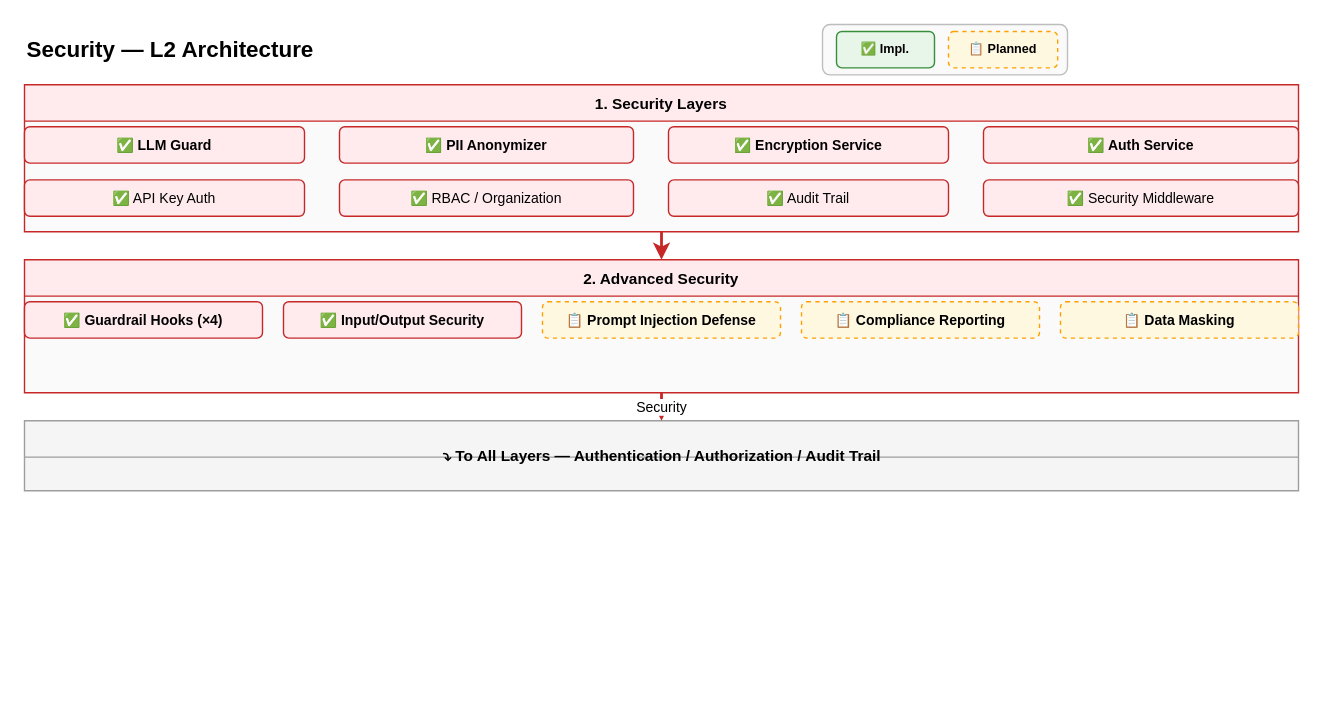
xueyufish/hecate keeps this draw.io diagram as docs/design/hardware/security-l2.drawio. Above is the earlier version. Source tidied: cells renumbered, new cells numbered last; positions are measured from the earlier drawing's top-left corner, leaving out a move shared by most shapes. Both pictures are drawn from the tidied source at 140%, with x=0, y=0 at pixel (24, 24).
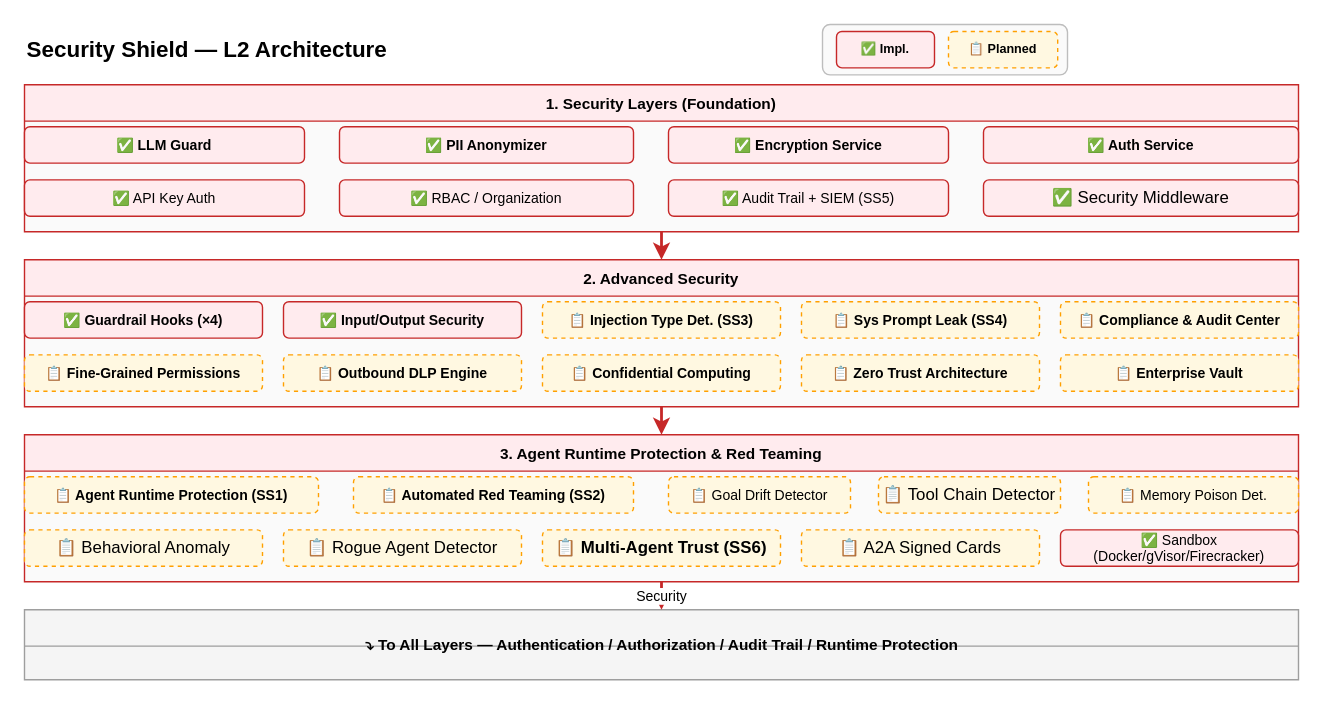
The same page after the edit.

What changed in the source:
```diff
@@
-    <mxCell id="3" value="✅ Impl." style="rounded=1;whiteSpace=wrap;html=1;fillColor=#E8F5E9;strokeColor=#388E3C;fontSize=9;fontStyle=1;" parent="1" vertex="1">
+    <mxCell id="3" value="✅ Impl." style="rounded=1;whiteSpace=wrap;html=1;fillColor=#FFEBEE;strokeColor=#C62828;fontSize=9;fontStyle=1;" parent="1" vertex="1">
       <mxGeometry x="580" y="5" width="70" height="26" as="geometry" />
     </mxCell>
@@
-    <mxCell id="5" value="&lt;b&gt;Security — L2 Architecture&lt;/b&gt;" style="text;html=1;fontSize=16;fontStyle=1;align=left;verticalAlign=middle;fillColor=none;strokeColor=none;" parent="1" vertex="1">
+    <mxCell id="5" value="&lt;b&gt;Security Shield — L2 Architecture&lt;/b&gt;" style="text;html=1;fontSize=16;fontStyle=1;align=left;verticalAlign=middle;fillColor=none;strokeColor=none;" parent="1" vertex="1">
       <mxGeometry y="3" width="500" height="30" as="geometry" />
     </mxCell>
-    <mxCell id="6" value="1. Security Layers" style="swimlane;startSize=26;fillColor=#FFEBEE;strokeColor=#C62828;fontSize=11;fontStyle=1;swimlaneFillColor=#FAFAFA;" parent="1" vertex="1">
+    <mxCell id="6" value="1. Security Layers (Foundation)" style="swimlane;startSize=26;fillColor=#FFEBEE;strokeColor=#C62828;fontSize=11;fontStyle=1;swimlaneFillColor=#FAFAFA;" parent="1" vertex="1">
       <mxGeometry y="43" width="910" height="105" as="geometry" />
     </mxCell>
@@
-    <mxCell id="13" value="✅ Audit Trail" style="rounded=1;whiteSpace=wrap;html=1;fillColor=#FFEBEE;strokeColor=#C62828;fontSize=10;" parent="6" vertex="1">
+    <mxCell id="13" value="✅ Audit Trail + SIEM (SS5)" style="rounded=1;whiteSpace=wrap;html=1;fillColor=#FFEBEE;strokeColor=#C62828;fontSize=10;" parent="6" vertex="1">
       <mxGeometry x="460" y="68" width="200" height="26" as="geometry" />
     </mxCell>
-    <mxCell id="14" value="✅ Security Middleware" style="rounded=1;whiteSpace=wrap;html=1;fillColor=#FFEBEE;strokeColor=#C62828;fontSize=10;" parent="6" vertex="1">
+    <mxCell id="14" value="✅ Security Middleware" style="rounded=1;whiteSpace=wrap;html=1;fillColor=#FFEBEE;strokeColor=#C62828;fontSize:10;" parent="6" vertex="1">
       <mxGeometry x="685" y="68" width="225" height="26" as="geometry" />
     </mxCell>
     <mxCell id="15" value="2. Advanced Security" style="swimlane;startSize=26;fillColor=#FFEBEE;strokeColor=#C62828;fontSize=11;fontStyle=1;swimlaneFillColor=#FAFAFA;" parent="1" vertex="1">
-      <mxGeometry y="168" width="910" height="95" as="geometry" />
+      <mxGeometry y="168" width="910" height="105" as="geometry" />
     </mxCell>
@@
-    <mxCell id="18" value="📋 Prompt Injection Defense" style="rounded=1;whiteSpace=wrap;html=1;fillColor=#FFF8E1;strokeColor=#FFA000;fontSize=10;fontStyle=1;dashed=1;" parent="15" vertex="1">
-      <mxGeometry x="370" y="30" width="170" height="26" as="geometry" />
-    </mxCell>
+    <mxCell id="25" value="📋 Injection Type Det. (SS3)" style="rounded=1;whiteSpace=wrap;html=1;fillColor=#FFF8E1;strokeColor=#FFA000;fontSize=10;fontStyle=1;dashed=1;" parent="15" vertex="1">
+      <mxGeometry x="370" y="30" width="170" height="26" as="geometry" />
+    </mxCell>
+    <mxCell id="26" value="📋 Sys Prompt Leak (SS4)" style="rounded=1;whiteSpace=wrap;html=1;fillColor=#FFF8E1;strokeColor=#FFA000;fontSize=10;fontStyle=1;dashed=1;" parent="15" vertex="1">
+      <mxGeometry x="555" y="30" width="170" height="26" as="geometry" />
+    </mxCell>
-    <mxCell id="19" value="📋 Compliance Reporting" style="rounded=1;whiteSpace=wrap;html=1;fillColor=#FFF8E1;strokeColor=#FFA000;fontSize=10;fontStyle=1;dashed=1;" parent="15" vertex="1">
-      <mxGeometry x="555" y="30" width="170" height="26" as="geometry" />
+    <mxCell id="19" value="📋 Compliance &amp; Audit Center" style="rounded=1;whiteSpace=wrap;html=1;fillColor=#FFF8E1;strokeColor=#FFA000;fontSize=10;fontStyle=1;dashed=1;" parent="15" vertex="1">
+      <mxGeometry x="740" y="30" width="170" height="26" as="geometry" />
     </mxCell>
-    <mxCell id="20" value="📋 Data Masking" style="rounded=1;whiteSpace=wrap;html=1;fillColor=#FFF8E1;strokeColor=#FFA000;fontSize=10;fontStyle=1;dashed=1;" parent="15" vertex="1">
-      <mxGeometry x="740" y="30" width="170" height="26" as="geometry" />
-    </mxCell>
+    <mxCell id="27" value="📋 Fine-Grained Permissions" style="rounded=1;whiteSpace=wrap;html=1;fillColor=#FFF8E1;strokeColor=#FFA000;fontSize=10;fontStyle=1;dashed=1;" parent="15" vertex="1">
+      <mxGeometry y="68" width="170" height="26" as="geometry" />
+    </mxCell>
+    <mxCell id="28" value="📋 Outbound DLP Engine" style="rounded=1;whiteSpace=wrap;html=1;fillColor=#FFF8E1;strokeColor=#FFA000;fontSize=10;fontStyle=1;dashed=1;" parent="15" vertex="1">
+      <mxGeometry x="185" y="68" width="170" height="26" as="geometry" />
+    </mxCell>
+    <mxCell id="29" value="📋 Confidential Computing" style="rounded=1;whiteSpace=wrap;html=1;fillColor=#FFF8E1;strokeColor=#FFA000;fontSize=10;fontStyle=1;dashed=1;" parent="15" vertex="1">
+      <mxGeometry x="370" y="68" width="170" height="26" as="geometry" />
+    </mxCell>
+    <mxCell id="30" value="📋 Zero Trust Architecture" style="rounded=1;whiteSpace=wrap;html=1;fillColor=#FFF8E1;strokeColor=#FFA000;fontSize=10;fontStyle=1;dashed=1;" parent="15" vertex="1">
+      <mxGeometry x="555" y="68" width="170" height="26" as="geometry" />
+    </mxCell>
+    <mxCell id="31" value="📋 Enterprise Vault" style="rounded=1;whiteSpace=wrap;html=1;fillColor=#FFF8E1;strokeColor=#FFA000;fontSize=10;fontStyle=1;dashed=1;" parent="15" vertex="1">
+      <mxGeometry x="740" y="68" width="170" height="26" as="geometry" />
+    </mxCell>
-    <mxCell id="21" style="swimlane;startSize=26;fillColor=#F5F5F5;strokeColor=#9E9E9E;fontSize=11;fontStyle=1;swimlaneFillColor=#F5F5F5;" parent="1" vertex="1">
-      <mxGeometry y="283" width="910" height="50" as="geometry" />
+    <mxCell id="21" value="3. Agent Runtime Protection &amp; Red Teaming" style="swimlane;startSize=26;fillColor=#FFEBEE;strokeColor=#C62828;fontSize=11;fontStyle=1;swimlaneFillColor=#FAFAFA;" parent="1" vertex="1">
+      <mxGeometry y="293" width="910" height="105" as="geometry" />
     </mxCell>
-    <mxCell id="22" value="⤵  To All Layers — Authentication / Authorization / Audit Trail" style="text;html=1;fontSize=11;fontStyle=1;align=center;verticalAlign=middle;fillColor=none;strokeColor=none;" parent="21" vertex="1">
-      <mxGeometry x="155" y="5" width="600" height="40" as="geometry" />
-    </mxCell>
+    <mxCell id="32" value="📋 Agent Runtime Protection (SS1)" style="rounded=1;whiteSpace=wrap;html=1;fillColor=#FFF8E1;strokeColor=#FFA000;fontSize=10;fontStyle=1;dashed=1;" parent="21" vertex="1">
+      <mxGeometry y="30" width="210" height="26" as="geometry" />
+    </mxCell>
+    <mxCell id="33" value="📋 Automated Red Teaming (SS2)" style="rounded=1;whiteSpace=wrap;html=1;fillColor=#FFF8E1;strokeColor=#FFA000;fontSize=10;fontStyle=1;dashed=1;" parent="21" vertex="1">
+      <mxGeometry x="235" y="30" width="200" height="26" as="geometry" />
+    </mxCell>
+    <mxCell id="34" value="📋 Goal Drift Detector" style="rounded=1;whiteSpace=wrap;html=1;fillColor=#FFF8E1;strokeColor=#FFA000;fontSize=10;dashed=1;" parent="21" vertex="1">
+      <mxGeometry x="460" y="30" width="130" height="26" as="geometry" />
+    </mxCell>
+    <mxCell id="35" value="📋 Tool Chain Detector" style="rounded=1;whiteSpace=wrap;html=1;fillColor=#FFF8E1;strokeColor=#FFA000;fontSize:10;dashed=1;" parent="21" vertex="1">
+      <mxGeometry x="610" y="30" width="130" height="26" as="geometry" />
+    </mxCell>
+    <mxCell id="36" value="📋 Memory Poison Det." style="rounded=1;whiteSpace=wrap;html=1;fillColor=#FFF8E1;strokeColor=#FFA000;fontSize=10;dashed=1;" parent="21" vertex="1">
+      <mxGeometry x="760" y="30" width="150" height="26" as="geometry" />
+    </mxCell>
+    <mxCell id="37" value="📋 Behavioral Anomaly" style="rounded=1;whiteSpace=wrap;html=1;fillColor=#FFF8E1;strokeColor=#FFA000;fontSize:10;dashed=1;" parent="21" vertex="1">
+      <mxGeometry y="68" width="170" height="26" as="geometry" />
+    </mxCell>
+    <mxCell id="38" value="📋 Rogue Agent Detector" style="rounded=1;whiteSpace=wrap;html=1;fillColor=#FFF8E1;strokeColor=#FFA000;fontSize:10;dashed=1;" parent="21" vertex="1">
+      <mxGeometry x="185" y="68" width="170" height="26" as="geometry" />
+    </mxCell>
+    <mxCell id="39" value="📋 Multi-Agent Trust (SS6)" style="rounded=1;whiteSpace=wrap;html=1;fillColor=#FFF8E1;strokeColor=#FFA000;fontSize:10;fontStyle=1;dashed=1;" parent="21" vertex="1">
+      <mxGeometry x="370" y="68" width="170" height="26" as="geometry" />
+    </mxCell>
+    <mxCell id="40" value="📋 A2A Signed Cards" style="rounded=1;whiteSpace=wrap;html=1;fillColor=#FFF8E1;strokeColor=#FFA000;fontSize:10;dashed=1;" parent="21" vertex="1">
+      <mxGeometry x="555" y="68" width="170" height="26" as="geometry" />
+    </mxCell>
+    <mxCell id="41" value="✅ Sandbox (Docker/gVisor/Firecracker)" style="rounded=1;whiteSpace=wrap;html=1;fillColor=#FFEBEE;strokeColor=#C62828;fontSize=10;" parent="21" vertex="1">
+      <mxGeometry x="740" y="68" width="170" height="26" as="geometry" />
+    </mxCell>
+    <mxCell id="42" style="swimlane;startSize=26;fillColor=#F5F5F5;strokeColor=#9E9E9E;fontSize=11;fontStyle=1;swimlaneFillColor=#F5F5F5;" parent="1" vertex="1">
+      <mxGeometry y="418" width="910" height="50" as="geometry" />
+    </mxCell>
+    <mxCell id="43" value="⤵  To All Layers — Authentication / Authorization / Audit Trail / Runtime Protection" style="text;html=1;fontSize=11;fontStyle=1;align=center;verticalAlign=middle;fillColor=none;strokeColor=none;" parent="42" vertex="1">
+      <mxGeometry x="105" y="5" width="700" height="40" as="geometry" />
+    </mxCell>
@@
-    <mxCell id="24" value="Security" style="edgeStyle=orthogonalEdgeStyle;rounded=1;jettySize=auto;html=1;strokeColor=#C62828;strokeWidth=2;fontSize=10;exitX=0.5;exitY=1;exitDx=0;exitDy=0;entryX=0.5;entryY=0;entryDx=0;entryDy=0;" parent="1" edge="1" source="15" target="21">
+    <mxCell id="24" style="edgeStyle=orthogonalEdgeStyle;rounded=1;jettySize=auto;html=1;strokeColor=#C62828;strokeWidth=2;exitX=0.5;exitY=1;exitDx=0;exitDy=0;entryX=0.5;entryY=0;entryDx=0;entryDy=0;" parent="1" edge="1" source="15" target="21">
       <mxGeometry relative="1" as="geometry" />
     </mxCell>
+    <mxCell id="44" value="Security" style="edgeStyle=orthogonalEdgeStyle;rounded=1;jettySize=auto;html=1;strokeColor=#C62828;strokeWidth=2;fontSize=10;exitX=0.5;exitY=1;exitDx=0;exitDy=0;entryX=0.5;entryY=0;entryDx=0;entryDy=0;" parent="1" edge="1" source="21" target="42">
+      <mxGeometry relative="1" as="geometry" />
+    </mxCell>
```
